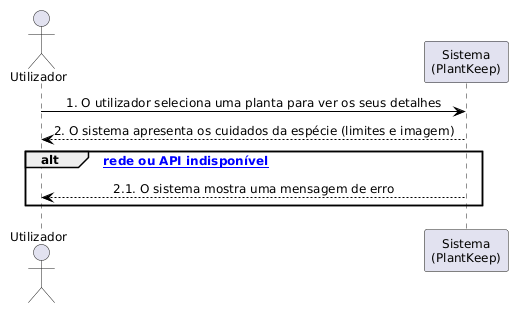
Before: .docs/diagramas/SSDs/uc03.png, a diagram exported from PlantUML (compaqle/DSSMV_ProjectDroid_1251486_1251506).
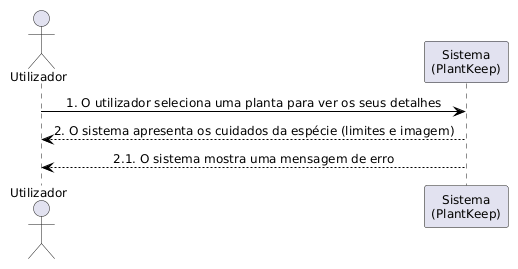
After the change.

The edit, as a diff of the source:
```diff
@@ -7,7 +7,5 @@
 participant "Sistema\n(PlantKeep)" as s
 u -> s : 1. O utilizador seleciona uma planta para ver os seus detalhes
 s --> u : 2. O sistema apresenta os cuidados da espécie (limites e imagem)
-alt [Sem rede ou API indisponível]
-    s --> u : 2.1. O sistema mostra uma mensagem de erro
-end
+s --> u : 2.1. O sistema mostra uma mensagem de erro
 @enduml
```
